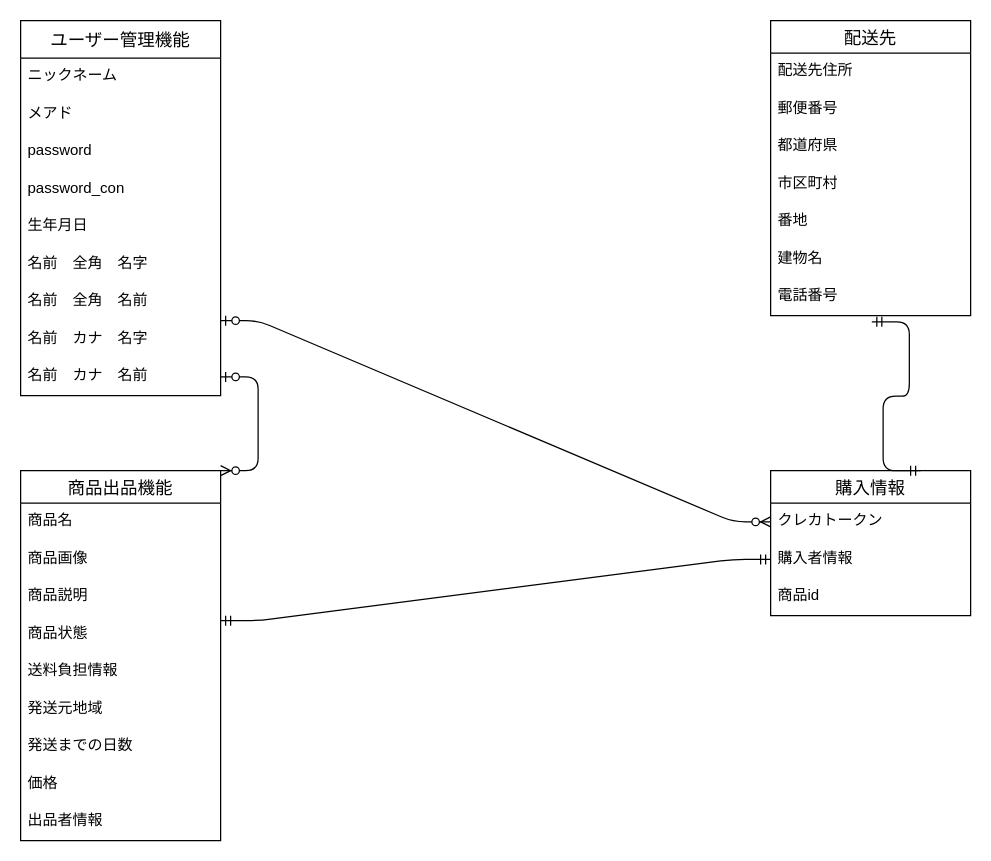
The draw.io diagram furima-39237.dio in yukun1120/furima-39237, before the edit. Source tidied: cells renumbered, new cells numbered last; positions are measured from the earlier drawing's top-left corner, leaving out a move shared by most shapes. Both pictures are drawn from the tidied source at 125%, with x=0, y=0 at pixel (20, 20).
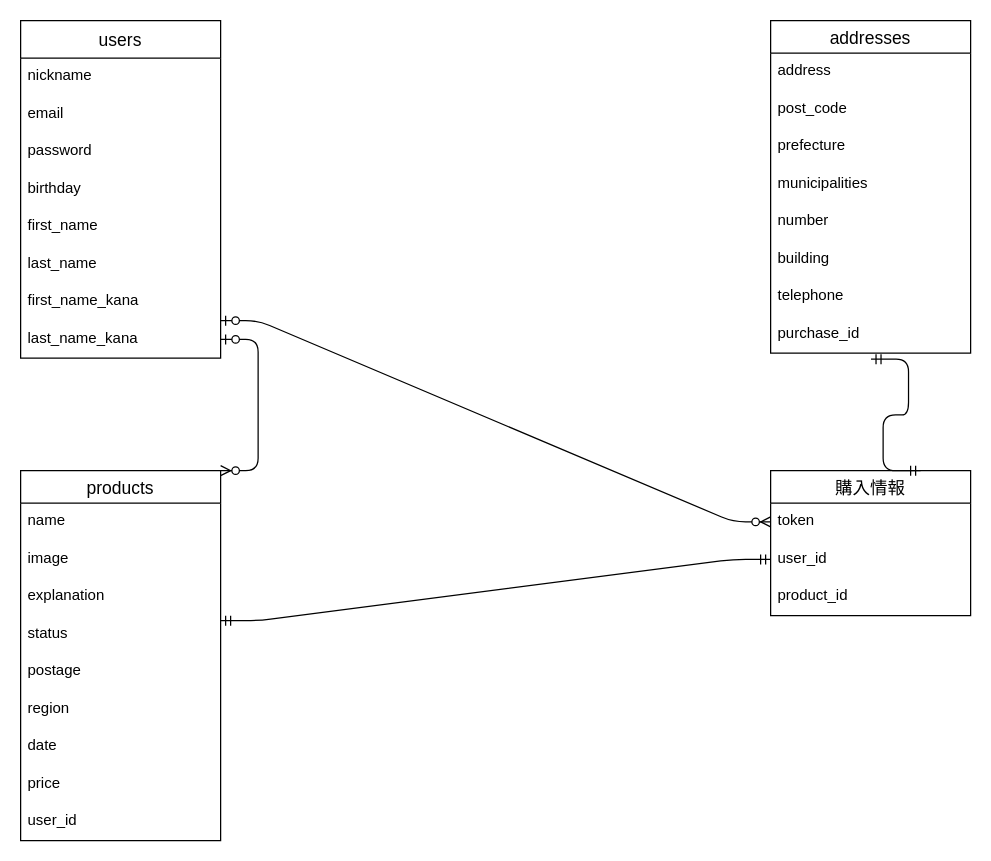
After the change.

Commit message (it also covers changes not shown here):
データベース設計2

Unchanged cells that the change refers to:
```xml
<mxCell id="30" value="購入情報" style="swimlane;fontStyle=0;horizontal=1;startSize=26;align=center;fontSize=14;" parent="1" vertex="1">
  <mxGeometry x="600" y="360" width="160" height="116" as="geometry" />
</mxCell>
```

The edit, as a diff of the source:
```diff
@@
-    <mxCell id="2" value="ユーザー管理機能" style="swimlane;fontStyle=0;horizontal=1;startSize=30;align=center;fontSize=14;" parent="1" vertex="1">
-      <mxGeometry width="160" height="300" as="geometry" />
+    <mxCell id="2" value="users" style="swimlane;fontStyle=0;horizontal=1;startSize=30;align=center;fontSize=14;" parent="1" vertex="1">
+      <mxGeometry width="160" height="270" as="geometry" />
     </mxCell>
-    <mxCell id="3" value="ニックネーム" style="text;strokeColor=none;fillColor=none;spacingLeft=4;spacingRight=4;overflow=hidden;fontSize=12;" parent="2" vertex="1">
+    <mxCell id="3" value="nickname" style="text;strokeColor=none;fillColor=none;spacingLeft=4;spacingRight=4;overflow=hidden;fontSize=12;" parent="2" vertex="1">
       <mxGeometry y="30" width="160" height="30" as="geometry" />
     </mxCell>
-    <mxCell id="4" value="メアド" style="text;strokeColor=none;fillColor=none;spacingLeft=4;spacingRight=4;overflow=hidden;fontSize=12;" parent="2" vertex="1">
+    <mxCell id="4" value="email" style="text;strokeColor=none;fillColor=none;spacingLeft=4;spacingRight=4;overflow=hidden;fontSize=12;" parent="2" vertex="1">
       <mxGeometry y="60" width="160" height="30" as="geometry" />
     </mxCell>
@@
-    <mxCell id="6" value="password_con" style="text;strokeColor=none;fillColor=none;spacingLeft=4;spacingRight=4;overflow=hidden;fontSize=12;" parent="2" vertex="1">
-      <mxGeometry y="120" width="160" height="30" as="geometry" />
-    </mxCell>
-    <mxCell id="7" value="生年月日" style="text;strokeColor=none;fillColor=none;spacingLeft=4;spacingRight=4;overflow=hidden;fontSize=12;" parent="2" vertex="1">
-      <mxGeometry y="150" width="160" height="30" as="geometry" />
-    </mxCell>
+    <mxCell id="38" value="birthday" style="text;strokeColor=none;fillColor=none;spacingLeft=4;spacingRight=4;overflow=hidden;fontSize=12;" parent="2" vertex="1">
+      <mxGeometry y="120" width="160" height="30" as="geometry" />
+    </mxCell>
-    <mxCell id="8" value="名前　全角　名字" style="text;strokeColor=none;fillColor=none;spacingLeft=4;spacingRight=4;overflow=hidden;fontSize=12;" parent="2" vertex="1">
-      <mxGeometry y="180" width="160" height="30" as="geometry" />
+    <mxCell id="8" value="first_name" style="text;strokeColor=none;fillColor=none;spacingLeft=4;spacingRight=4;overflow=hidden;fontSize=12;" parent="2" vertex="1">
+      <mxGeometry y="150" width="160" height="30" as="geometry" />
     </mxCell>
-    <mxCell id="9" value="名前　全角　名前" style="text;strokeColor=none;fillColor=none;spacingLeft=4;spacingRight=4;overflow=hidden;fontSize=12;" parent="2" vertex="1">
-      <mxGeometry y="210" width="160" height="30" as="geometry" />
+    <mxCell id="9" value="last_name" style="text;strokeColor=none;fillColor=none;spacingLeft=4;spacingRight=4;overflow=hidden;fontSize=12;" parent="2" vertex="1">
+      <mxGeometry y="180" width="160" height="30" as="geometry" />
     </mxCell>
-    <mxCell id="10" value="名前　カナ　名字" style="text;strokeColor=none;fillColor=none;spacingLeft=4;spacingRight=4;overflow=hidden;fontSize=12;" parent="2" vertex="1">
-      <mxGeometry y="240" width="160" height="30" as="geometry" />
+    <mxCell id="10" value="first_name_kana" style="text;strokeColor=none;fillColor=none;spacingLeft=4;spacingRight=4;overflow=hidden;fontSize=12;" parent="2" vertex="1">
+      <mxGeometry y="210" width="160" height="30" as="geometry" />
     </mxCell>
-    <mxCell id="11" value="名前　カナ　名前" style="text;strokeColor=none;fillColor=none;spacingLeft=4;spacingRight=4;overflow=hidden;points=[[0,0.5],[1,0.5]];portConstraint=eastwest;fontSize=12;" parent="2" vertex="1">
-      <mxGeometry y="270" width="160" height="30" as="geometry" />
+    <mxCell id="11" value="last_name_kana" style="text;strokeColor=none;fillColor=none;spacingLeft=4;spacingRight=4;overflow=hidden;points=[[0,0.5],[1,0.5]];portConstraint=eastwest;fontSize=12;" parent="2" vertex="1">
+      <mxGeometry y="240" width="160" height="30" as="geometry" />
     </mxCell>
-    <mxCell id="12" value="商品出品機能" style="swimlane;fontStyle=0;horizontal=1;startSize=26;align=center;fontSize=14;" parent="1" vertex="1">
+    <mxCell id="12" value="products" style="swimlane;fontStyle=0;horizontal=1;startSize=26;align=center;fontSize=14;" parent="1" vertex="1">
       <mxGeometry y="360" width="160" height="296" as="geometry" />
     </mxCell>
-    <mxCell id="13" value="商品名" style="text;strokeColor=none;fillColor=none;spacingLeft=4;spacingRight=4;overflow=hidden;fontSize=12;" parent="12" vertex="1">
+    <mxCell id="13" value="name" style="text;strokeColor=none;fillColor=none;spacingLeft=4;spacingRight=4;overflow=hidden;fontSize=12;" parent="12" vertex="1">
       <mxGeometry y="26" width="160" height="30" as="geometry" />
     </mxCell>
-    <mxCell id="14" value="商品画像" style="text;strokeColor=none;fillColor=none;spacingLeft=4;spacingRight=4;overflow=hidden;fontSize=12;" parent="12" vertex="1">
+    <mxCell id="14" value="image" style="text;strokeColor=none;fillColor=none;spacingLeft=4;spacingRight=4;overflow=hidden;fontSize=12;" parent="12" vertex="1">
       <mxGeometry y="56" width="160" height="30" as="geometry" />
     </mxCell>
-    <mxCell id="15" value="商品説明" style="text;strokeColor=none;fillColor=none;spacingLeft=4;spacingRight=4;overflow=hidden;fontSize=12;" parent="12" vertex="1">
+    <mxCell id="15" value="explanation" style="text;strokeColor=none;fillColor=none;spacingLeft=4;spacingRight=4;overflow=hidden;fontSize=12;" parent="12" vertex="1">
       <mxGeometry y="86" width="160" height="30" as="geometry" />
     </mxCell>
-    <mxCell id="16" value="商品状態" style="text;strokeColor=none;fillColor=none;spacingLeft=4;spacingRight=4;overflow=hidden;fontSize=12;" parent="12" vertex="1">
+    <mxCell id="16" value="status" style="text;strokeColor=none;fillColor=none;spacingLeft=4;spacingRight=4;overflow=hidden;fontSize=12;" parent="12" vertex="1">
       <mxGeometry y="116" width="160" height="30" as="geometry" />
     </mxCell>
-    <mxCell id="17" value="送料負担情報" style="text;strokeColor=none;fillColor=none;spacingLeft=4;spacingRight=4;overflow=hidden;fontSize=12;" parent="12" vertex="1">
+    <mxCell id="17" value="postage" style="text;strokeColor=none;fillColor=none;spacingLeft=4;spacingRight=4;overflow=hidden;fontSize=12;" parent="12" vertex="1">
       <mxGeometry y="146" width="160" height="30" as="geometry" />
     </mxCell>
-    <mxCell id="18" value="発送元地域" style="text;strokeColor=none;fillColor=none;spacingLeft=4;spacingRight=4;overflow=hidden;fontSize=12;" parent="12" vertex="1">
+    <mxCell id="18" value="region" style="text;strokeColor=none;fillColor=none;spacingLeft=4;spacingRight=4;overflow=hidden;fontSize=12;" parent="12" vertex="1">
       <mxGeometry y="176" width="160" height="30" as="geometry" />
     </mxCell>
-    <mxCell id="19" value="発送までの日数" style="text;strokeColor=none;fillColor=none;spacingLeft=4;spacingRight=4;overflow=hidden;fontSize=12;" parent="12" vertex="1">
+    <mxCell id="19" value="date" style="text;strokeColor=none;fillColor=none;spacingLeft=4;spacingRight=4;overflow=hidden;fontSize=12;" parent="12" vertex="1">
       <mxGeometry y="206" width="160" height="30" as="geometry" />
     </mxCell>
-    <mxCell id="20" value="価格" style="text;strokeColor=none;fillColor=none;spacingLeft=4;spacingRight=4;overflow=hidden;fontSize=12;" parent="12" vertex="1">
+    <mxCell id="20" value="price" style="text;strokeColor=none;fillColor=none;spacingLeft=4;spacingRight=4;overflow=hidden;fontSize=12;" parent="12" vertex="1">
       <mxGeometry y="236" width="160" height="30" as="geometry" />
     </mxCell>
-    <mxCell id="21" value="出品者情報" style="text;strokeColor=none;fillColor=none;spacingLeft=4;spacingRight=4;overflow=hidden;fontSize=12;" parent="12" vertex="1">
+    <mxCell id="21" value="user_id" style="text;strokeColor=none;fillColor=none;spacingLeft=4;spacingRight=4;overflow=hidden;fontSize=12;" parent="12" vertex="1">
       <mxGeometry y="266" width="160" height="30" as="geometry" />
     </mxCell>
-    <mxCell id="22" value="配送先" style="swimlane;fontStyle=0;horizontal=1;startSize=26;align=center;fontSize=14;" parent="1" vertex="1">
-      <mxGeometry x="600" width="160" height="236" as="geometry" />
+    <mxCell id="22" value="addresses" style="swimlane;fontStyle=0;horizontal=1;startSize=26;align=center;fontSize=14;" parent="1" vertex="1">
+      <mxGeometry x="600" width="160" height="266" as="geometry" />
     </mxCell>
-    <mxCell id="23" value="配送先住所" style="text;strokeColor=none;fillColor=none;spacingLeft=4;spacingRight=4;overflow=hidden;fontSize=12;" parent="22" vertex="1">
+    <mxCell id="23" value="address" style="text;strokeColor=none;fillColor=none;spacingLeft=4;spacingRight=4;overflow=hidden;fontSize=12;" parent="22" vertex="1">
       <mxGeometry y="26" width="160" height="30" as="geometry" />
     </mxCell>
-    <mxCell id="24" value="郵便番号" style="text;strokeColor=none;fillColor=none;spacingLeft=4;spacingRight=4;overflow=hidden;fontSize=12;" parent="22" vertex="1">
+    <mxCell id="24" value="post_code" style="text;strokeColor=none;fillColor=none;spacingLeft=4;spacingRight=4;overflow=hidden;fontSize=12;" parent="22" vertex="1">
       <mxGeometry y="56" width="160" height="30" as="geometry" />
     </mxCell>
-    <mxCell id="25" value="都道府県" style="text;strokeColor=none;fillColor=none;spacingLeft=4;spacingRight=4;overflow=hidden;fontSize=12;" parent="22" vertex="1">
+    <mxCell id="25" value="prefecture" style="text;strokeColor=none;fillColor=none;spacingLeft=4;spacingRight=4;overflow=hidden;fontSize=12;" parent="22" vertex="1">
       <mxGeometry y="86" width="160" height="30" as="geometry" />
     </mxCell>
-    <mxCell id="26" value="市区町村" style="text;strokeColor=none;fillColor=none;spacingLeft=4;spacingRight=4;overflow=hidden;fontSize=12;" parent="22" vertex="1">
+    <mxCell id="26" value="municipalities" style="text;strokeColor=none;fillColor=none;spacingLeft=4;spacingRight=4;overflow=hidden;fontSize=12;" parent="22" vertex="1">
       <mxGeometry y="116" width="160" height="30" as="geometry" />
     </mxCell>
-    <mxCell id="27" value="番地" style="text;strokeColor=none;fillColor=none;spacingLeft=4;spacingRight=4;overflow=hidden;fontSize=12;" parent="22" vertex="1">
+    <mxCell id="27" value="number" style="text;strokeColor=none;fillColor=none;spacingLeft=4;spacingRight=4;overflow=hidden;fontSize=12;" parent="22" vertex="1">
       <mxGeometry y="146" width="160" height="30" as="geometry" />
     </mxCell>
-    <mxCell id="28" value="建物名" style="text;strokeColor=none;fillColor=none;spacingLeft=4;spacingRight=4;overflow=hidden;fontSize=12;" parent="22" vertex="1">
+    <mxCell id="28" value="building" style="text;strokeColor=none;fillColor=none;spacingLeft=4;spacingRight=4;overflow=hidden;fontSize=12;" parent="22" vertex="1">
       <mxGeometry y="176" width="160" height="30" as="geometry" />
     </mxCell>
-    <mxCell id="29" value="電話番号" style="text;strokeColor=none;fillColor=none;spacingLeft=4;spacingRight=4;overflow=hidden;points=[[0,0.5],[1,0.5]];portConstraint=eastwest;fontSize=12;" parent="22" vertex="1">
+    <mxCell id="29" value="telephone" style="text;strokeColor=none;fillColor=none;spacingLeft=4;spacingRight=4;overflow=hidden;points=[[0,0.5],[1,0.5]];portConstraint=eastwest;fontSize=12;" parent="22" vertex="1">
       <mxGeometry y="206" width="160" height="30" as="geometry" />
     </mxCell>
+    <mxCell id="39" value="purchase_id" style="text;strokeColor=none;fillColor=none;spacingLeft=4;spacingRight=4;overflow=hidden;points=[[0,0.5],[1,0.5]];portConstraint=eastwest;fontSize=12;" parent="22" vertex="1">
+      <mxGeometry y="236" width="160" height="30" as="geometry" />
+    </mxCell>
@@
-    <mxCell id="31" value="クレカトークン" style="text;strokeColor=none;fillColor=none;spacingLeft=4;spacingRight=4;overflow=hidden;points=[[0,0.5],[1,0.5]];portConstraint=eastwest;fontSize=12;" parent="30" vertex="1">
+    <mxCell id="31" value="token" style="text;strokeColor=none;fillColor=none;spacingLeft=4;spacingRight=4;overflow=hidden;points=[[0,0.5],[1,0.5]];portConstraint=eastwest;fontSize=12;" parent="30" vertex="1">
       <mxGeometry y="26" width="160" height="30" as="geometry" />
     </mxCell>
-    <mxCell id="32" value="購入者情報" style="text;strokeColor=none;fillColor=none;spacingLeft=4;spacingRight=4;overflow=hidden;points=[[0,0.5],[1,0.5]];portConstraint=eastwest;fontSize=12;" parent="30" vertex="1">
+    <mxCell id="32" value="user_id" style="text;strokeColor=none;fillColor=none;spacingLeft=4;spacingRight=4;overflow=hidden;points=[[0,0.5],[1,0.5]];portConstraint=eastwest;fontSize=12;" parent="30" vertex="1">
       <mxGeometry y="56" width="160" height="30" as="geometry" />
     </mxCell>
-    <mxCell id="33" value="商品id" style="text;strokeColor=none;fillColor=none;spacingLeft=4;spacingRight=4;overflow=hidden;fontSize=12;" parent="30" vertex="1">
+    <mxCell id="33" value="product_id" style="text;strokeColor=none;fillColor=none;spacingLeft=4;spacingRight=4;overflow=hidden;fontSize=12;" parent="30" vertex="1">
       <mxGeometry y="86" width="160" height="30" as="geometry" />
     </mxCell>
@@
-    <mxCell id="37" style="edgeStyle=entityRelationEdgeStyle;fontSize=12;html=1;endArrow=ERmandOne;startArrow=ERmandOne;entryX=0.506;entryY=1.164;entryDx=0;entryDy=0;entryPerimeter=0;exitX=0.75;exitY=0;exitDx=0;exitDy=0;" parent="1" edge="1" source="30" target="29">
+    <mxCell id="37" style="edgeStyle=entityRelationEdgeStyle;fontSize=12;html=1;endArrow=ERmandOne;startArrow=ERmandOne;entryX=0.502;entryY=1.163;entryDx=0;entryDy=0;entryPerimeter=0;exitX=0.75;exitY=0;exitDx=0;exitDy=0;" parent="1" edge="1" source="30" target="39">
       <mxGeometry relative="1" as="geometry" />
     </mxCell>
```
